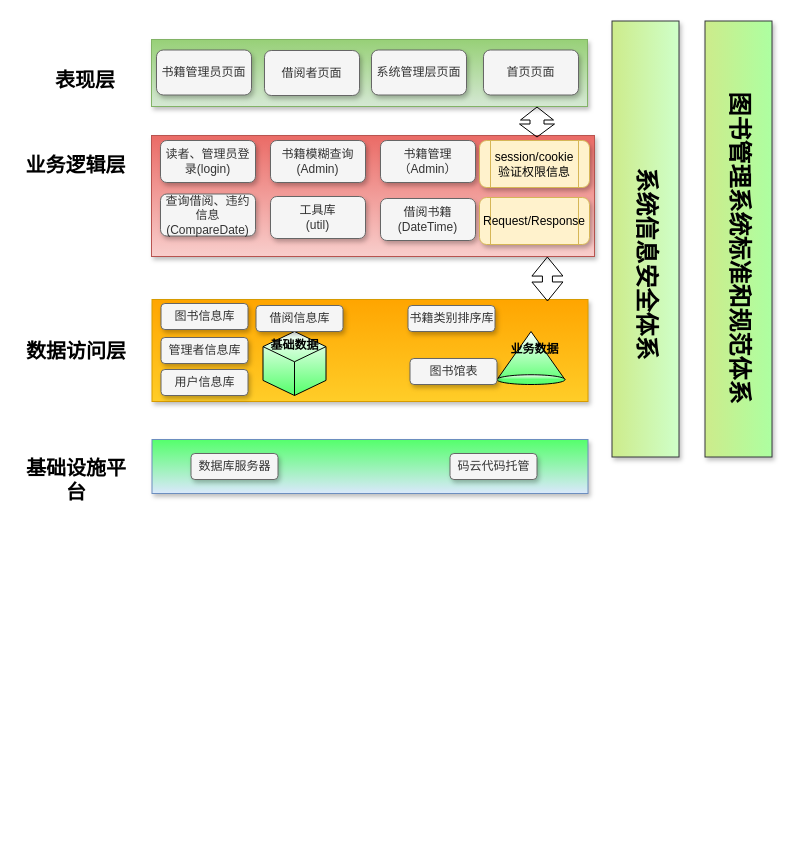
Earlier version of the draw.io diagram Untitled Diagram.drawio (roundaboutfuture/test). Source tidied: cells renumbered, new cells numbered last; positions are measured from the earlier drawing's top-left corner, leaving out a move shared by most shapes. Both pictures are drawn from the tidied source at 100%, with x=0, y=0 at pixel (21, 39).
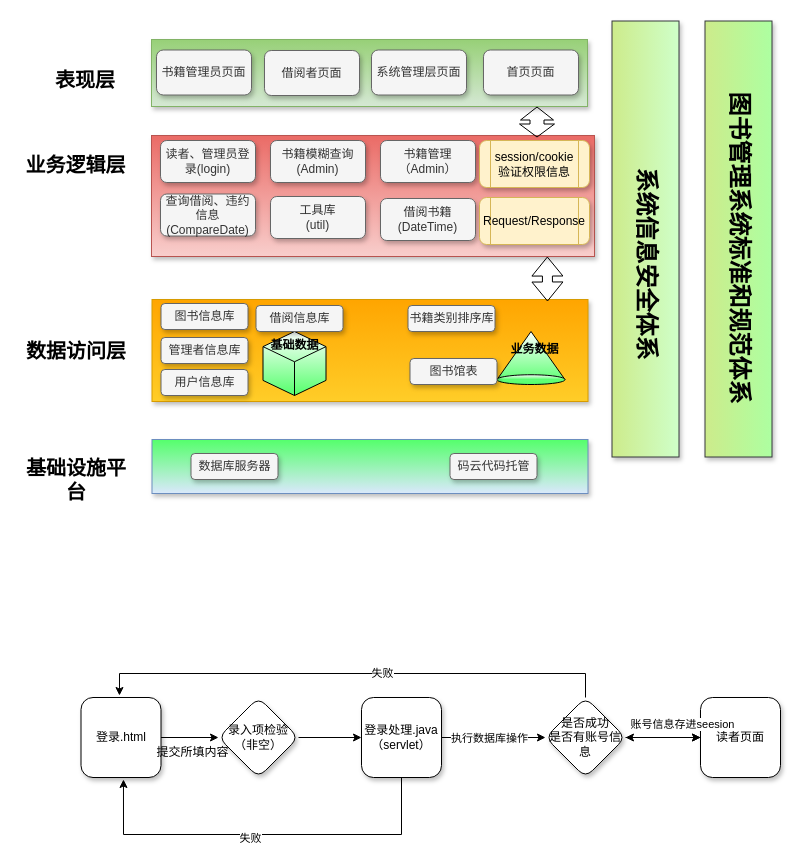
The same diagram, later.

What changed in the source:
```diff
@@
+    <mxCell id="40" style="edgeStyle=orthogonalEdgeStyle;rounded=0;jettySize=auto;html=1;" parent="1" edge="1" source="41" target="43">
+      <mxGeometry relative="1" as="geometry" />
+    </mxCell>
+    <mxCell id="41" value="登录.html" style="whiteSpace=wrap;html=1;rounded=1;shadow=1;" parent="1" vertex="1">
+      <mxGeometry x="59.5" y="658" width="80" height="80" as="geometry" />
+    </mxCell>
+    <mxCell id="42" style="edgeStyle=orthogonalEdgeStyle;rounded=0;jettySize=auto;html=1;" parent="1" edge="1" source="43" target="48">
+      <mxGeometry relative="1" as="geometry" />
+    </mxCell>
+    <mxCell id="43" value="录入项检验&lt;br&gt;（非空）" style="rhombus;whiteSpace=wrap;html=1;rounded=1;shadow=1;" parent="1" vertex="1">
+      <mxGeometry x="197" y="658" width="80" height="80" as="geometry" />
+    </mxCell>
+    <mxCell id="44" style="edgeStyle=orthogonalEdgeStyle;rounded=0;jettySize=auto;html=1;" parent="1" edge="1" source="48" target="53">
+      <mxGeometry relative="1" as="geometry" />
+    </mxCell>
+    <mxCell id="45" value="执行数据库操作" style="edgeLabel;html=1;align=center;verticalAlign=middle;" parent="44" vertex="1">
+      <mxGeometry x="-0.21" y="-1" relative="1" as="geometry">
+        <mxPoint x="6" y="-1" as="offset" />
+      </mxGeometry>
+    </mxCell>
+    <mxCell id="46" style="edgeStyle=orthogonalEdgeStyle;rounded=0;jettySize=auto;html=1;entryX=0.531;entryY=1.025;entryDx=0;entryDy=0;entryPerimeter=0;" parent="1" edge="1" source="48" target="41">
+      <mxGeometry relative="1" as="geometry">
+        <Array as="points">
+          <mxPoint x="380" y="795" />
+          <mxPoint x="102" y="795" />
+        </Array>
+      </mxGeometry>
+    </mxCell>
+    <mxCell id="47" value="失败" style="edgeLabel;html=1;align=center;verticalAlign=middle;" parent="46" vertex="1">
+      <mxGeometry x="0.07" y="3" relative="1" as="geometry" />
+    </mxCell>
+    <mxCell id="48" value="登录处理.java&lt;br&gt;（servlet）" style="whiteSpace=wrap;html=1;rounded=1;shadow=1;" parent="1" vertex="1">
+      <mxGeometry x="340" y="658" width="80" height="80" as="geometry" />
+    </mxCell>
+    <mxCell id="49" style="edgeStyle=orthogonalEdgeStyle;rounded=0;jettySize=auto;html=1;" parent="1" edge="1" target="55">
+      <mxGeometry relative="1" as="geometry">
+        <mxPoint x="612" y="698" as="sourcePoint" />
+        <Array as="points">
+          <mxPoint x="612" y="698" />
+          <mxPoint x="612" y="698" />
+        </Array>
+      </mxGeometry>
+    </mxCell>
+    <mxCell id="50" style="edgeStyle=orthogonalEdgeStyle;rounded=0;jettySize=auto;html=1;entryX=0.481;entryY=-0.025;entryDx=0;entryDy=0;entryPerimeter=0;" parent="1" edge="1" source="53" target="41">
+      <mxGeometry relative="1" as="geometry">
+        <Array as="points">
+          <mxPoint x="564" y="634" />
+          <mxPoint x="98" y="634" />
+        </Array>
+      </mxGeometry>
+    </mxCell>
+    <mxCell id="51" value="失败" style="edgeLabel;html=1;align=center;verticalAlign=middle;" parent="50" vertex="1">
+      <mxGeometry x="-0.11" y="-1" relative="1" as="geometry" />
+    </mxCell>
+    <mxCell id="52" style="edgeStyle=orthogonalEdgeStyle;rounded=0;jettySize=auto;html=1;" parent="1" edge="1" source="53" target="55">
+      <mxGeometry relative="1" as="geometry">
+        <Array as="points">
+          <mxPoint x="625" y="698" />
+          <mxPoint x="625" y="698" />
+        </Array>
+      </mxGeometry>
+    </mxCell>
+    <mxCell id="53" value="是否成功&lt;br&gt;是否有账号信息" style="rhombus;whiteSpace=wrap;html=1;rounded=1;shadow=1;" parent="1" vertex="1">
+      <mxGeometry x="524" y="658" width="80" height="80" as="geometry" />
+    </mxCell>
+    <mxCell id="54" style="edgeStyle=orthogonalEdgeStyle;rounded=0;jettySize=auto;html=1;" parent="1" edge="1" source="55" target="53">
+      <mxGeometry relative="1" as="geometry" />
+    </mxCell>
+    <mxCell id="55" value="读者页面" style="whiteSpace=wrap;html=1;rounded=1;shadow=1;" parent="1" vertex="1">
+      <mxGeometry x="679" y="658" width="80" height="80" as="geometry" />
+    </mxCell>
+    <mxCell id="56" value="提交所填内容" style="text;html=1;align=center;verticalAlign=middle;strokeColor=none;fillColor=none;" parent="1" vertex="1">
+      <mxGeometry x="130" y="704" width="82" height="18" as="geometry" />
+    </mxCell>
+    <mxCell id="57" value="账号信息存进seesion" style="edgeLabel;html=1;align=center;verticalAlign=middle;" parent="1" vertex="1">
+      <mxGeometry x="515.5" y="704" as="geometry">
+        <mxPoint x="145" y="-20" as="offset" />
+      </mxGeometry>
+    </mxCell>
```
